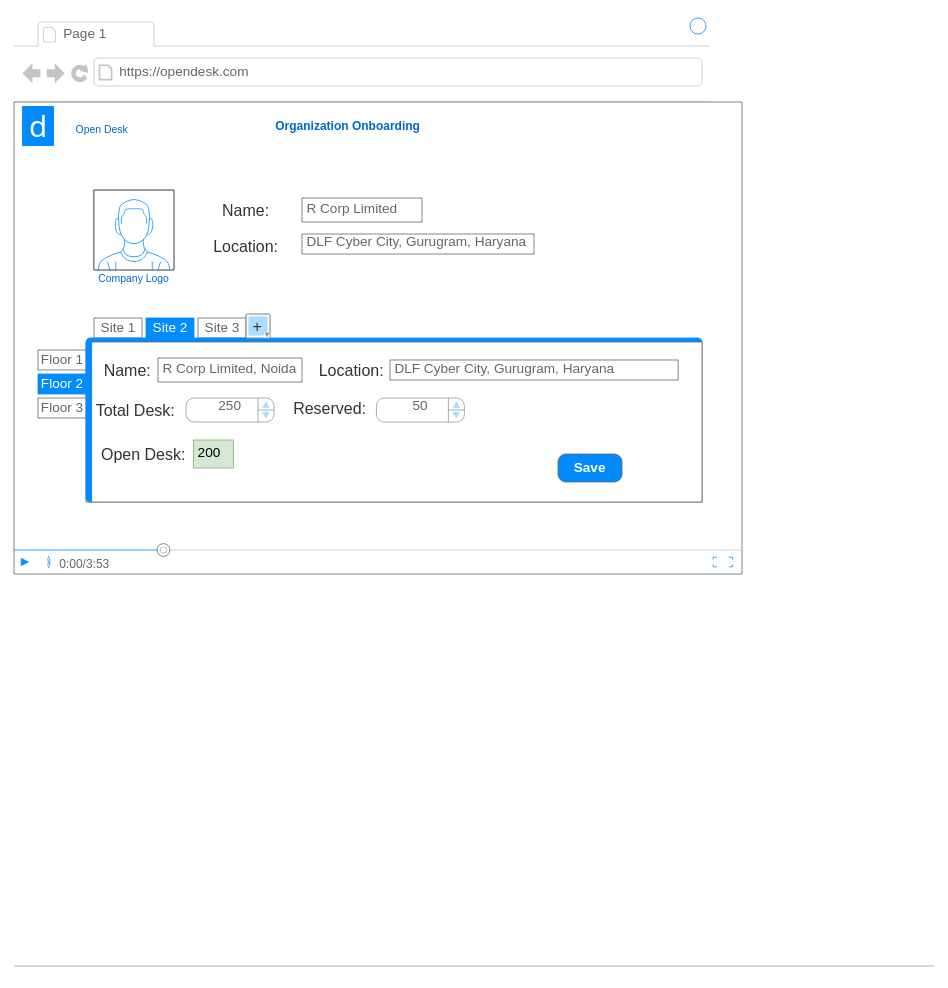
kanwalnainsingh/OpenDesk keeps this draw.io diagram as Organization_Onboarding_Wireframe_V1.drawio. Above is the earlier version. Source tidied: cells renumbered, new cells numbered last; positions are measured from the earlier drawing's top-left corner, leaving out a move shared by most shapes. Both pictures are drawn from the tidied source at 80%, with x=0, y=0 at pixel (14, 14).
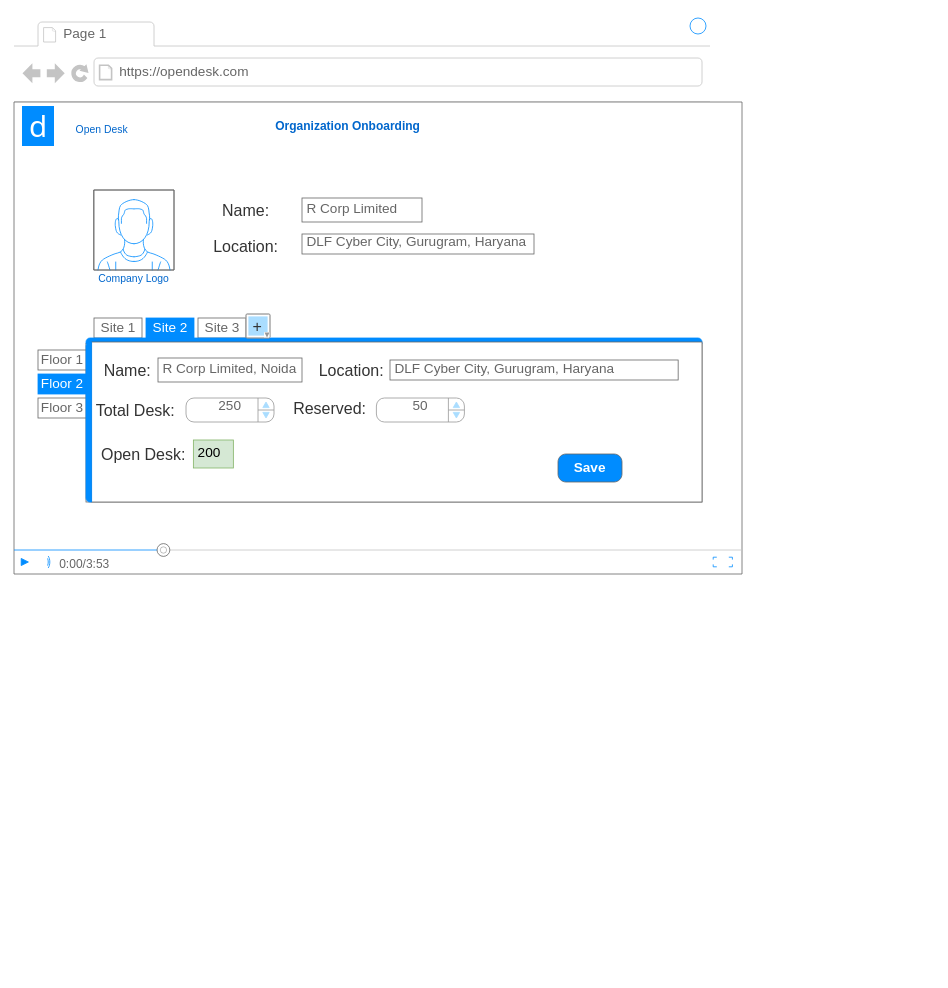
Above is the later version.

Unchanged cells that the change refers to:
```xml
<mxCell id="2" style="strokeWidth=1;shadow=0;dashed=0;align=center;html=1;shape=mxgraph.mockup.containers.browserWindow;rSize=0;strokeColor2=#008cff;strokeColor3=#c4c4c4;mainText=,;strokeColor=#FFFFFF;fontColor=#FFFFFF;" parent="1" vertex="1">
  <mxGeometry width="870" height="700" as="geometry" />
</mxCell>
```

Change to the diagram source:
```diff
@@
-    <mxCell id="7" style="verticalLabelPosition=bottom;shadow=0;dashed=0;align=center;html=1;verticalAlign=top;strokeWidth=1;shape=mxgraph.mockup.markup.line;strokeColor=#999999;fillColor=#008CFF;fontSize=13;fontColor=#0066CC;" parent="2" vertex="1">
-      <mxGeometry y="1180" width="1150" height="20" as="geometry" />
-    </mxCell>
```
